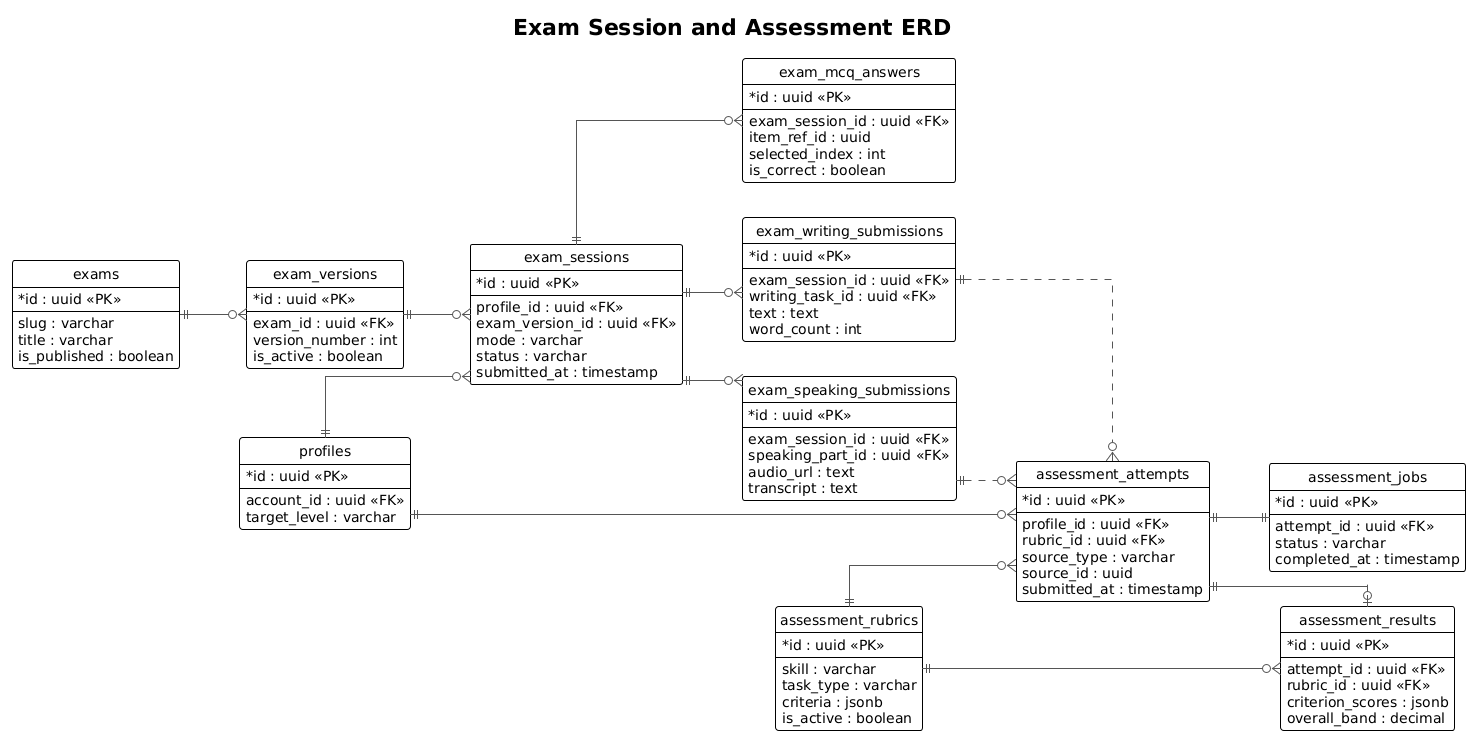
Before: docs/capstone/diagrams/report4-db-exam-assessment-erd.png, a diagram exported from PlantUML (nghyane/VSTEP).
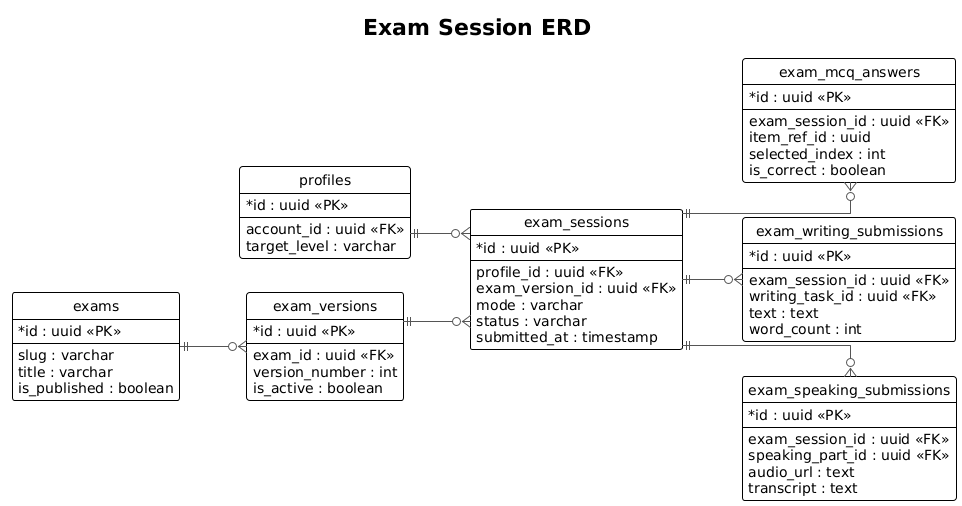
After the change.

Commit message:
docs(capstone): refine report4 database section

The edit, as a diff of the source:
```diff
@@ -8,7 +8,7 @@
 skinparam classAttributeIconSize 0
 skinparam ArrowColor #555555
 
-title Exam Session and Assessment ERD
+title Exam Session ERD
 
 entity "profiles" as profiles {
   * id : uuid <<PK>>
@@ -70,56 +70,11 @@
   transcript : text
 }
 
-entity "assessment_rubrics" as rubrics {
-  * id : uuid <<PK>>
-  --
-  skill : varchar
-  task_type : varchar
-  criteria : jsonb
-  is_active : boolean
-}
-
-entity "assessment_attempts" as attempts {
-  * id : uuid <<PK>>
-  --
-  profile_id : uuid <<FK>>
-  rubric_id : uuid <<FK>>
-  source_type : varchar
-  source_id : uuid
-  submitted_at : timestamp
-}
-
-entity "assessment_jobs" as jobs {
-  * id : uuid <<PK>>
-  --
-  attempt_id : uuid <<FK>>
-  status : varchar
-  completed_at : timestamp
-}
-
-entity "assessment_results" as results {
-  * id : uuid <<PK>>
-  --
-  attempt_id : uuid <<FK>>
-  rubric_id : uuid <<FK>>
-  criterion_scores : jsonb
-  overall_band : decimal
-}
-
-profiles ||--o{ exam_sessions
 exams ||--o{ exam_versions
 exam_versions ||--o{ exam_sessions
+profiles ||--o{ exam_sessions
 exam_sessions ||--o{ exam_mcq_answers
 exam_sessions ||--o{ exam_writing
 exam_sessions ||--o{ exam_speaking
 
-profiles ||--o{ attempts
-rubrics ||--o{ attempts
-attempts ||--|| jobs
-attempts ||--o| results
-rubrics ||--o{ results
-
-exam_writing ||..o{ attempts
-exam_speaking ||..o{ attempts
-
 @enduml
```
